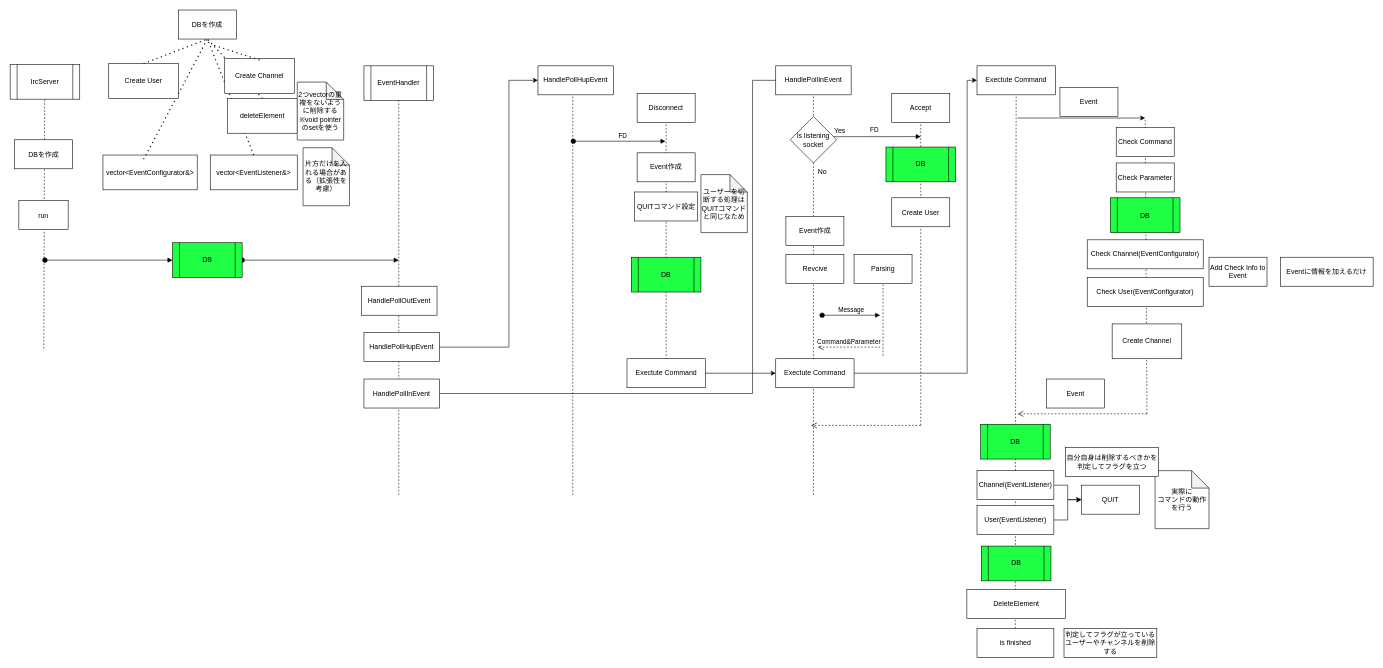
Above: docs/Untitled Diagram.drawio in IRC-WIR/ft_irc (draw.io), before the change. Source tidied: cells renumbered, new cells numbered last; positions are measured from the earlier drawing's top-left corner, leaving out a move shared by most shapes. Both pictures are drawn from the tidied source at 58%, with x=0, y=0 at pixel (10, 10).
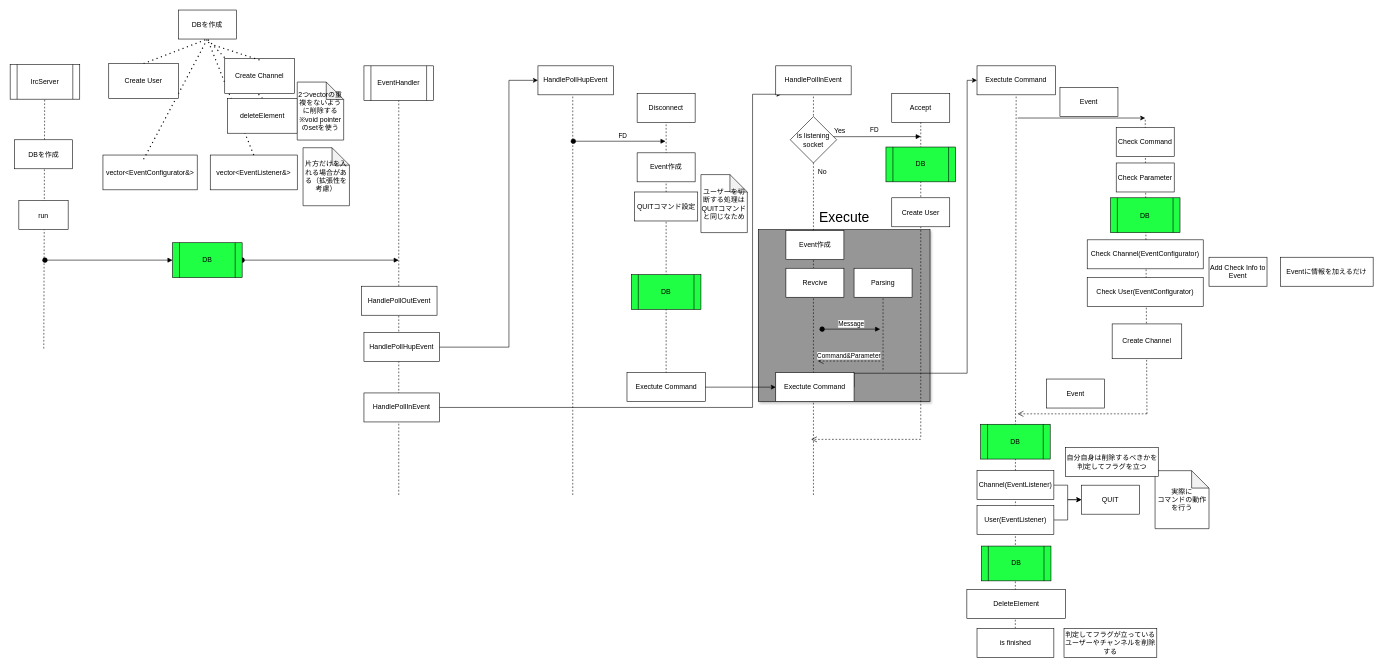
The same diagram, later.

The change refers to these unchanged cells:
```xml
<mxCell id="16" value="Accept" style="rounded=0;whiteSpace=wrap;html=1;" parent="1" vertex="1">
  <mxGeometry x="1520" y="143.5" width="100" height="50" as="geometry" />
</mxCell>
```

Diff of the diagram source:
```diff
@@
+    <mxCell id="87" value="&lt;div&gt;&lt;br&gt;&lt;/div&gt;" style="whiteSpace=wrap;html=1;shadow=1;fillColor=#969696;" parent="1" vertex="1">
+      <mxGeometry x="1290" y="378.5" width="296" height="296" as="geometry" />
+    </mxCell>
@@
     <mxCell id="8" style="edgeStyle=orthogonalEdgeStyle;rounded=0;jettySize=auto;html=1;exitX=1;exitY=0.5;exitDx=0;exitDy=0;entryX=0;entryY=0.5;entryDx=0;entryDy=0;" parent="1" edge="1" source="9">
       <mxGeometry relative="1" as="geometry">
-        <mxPoint x="1330" y="121" as="targetPoint" />
+        <mxPoint x="1330" y="145" as="targetPoint" />
         <Array as="points">
-          <mxPoint x="1280" y="661" />
-          <mxPoint x="1280" y="121" />
+          <mxPoint x="1280" y="685" />
+          <mxPoint x="1280" y="145" />
         </Array>
       </mxGeometry>
     </mxCell>
     <mxCell id="9" value="HandlePollInEvent" style="rounded=0;whiteSpace=wrap;html=1;" parent="1" vertex="1">
-      <mxGeometry x="610" y="636" width="130" height="50" as="geometry" />
+      <mxGeometry x="610" y="660" width="130" height="50" as="geometry" />
     </mxCell>
@@
     <mxCell id="15" value="Event作成" style="rounded=0;whiteSpace=wrap;html=1;" parent="1" vertex="1">
-      <mxGeometry x="1337.5" y="356" width="100" height="50" as="geometry" />
+      <mxGeometry x="1337.5" y="380" width="100" height="50" as="geometry" />
     </mxCell>
@@
     <mxCell id="17" value="Revcive" style="rounded=0;whiteSpace=wrap;html=1;" parent="1" vertex="1">
-      <mxGeometry x="1337.5" y="421" width="100" height="50" as="geometry" />
+      <mxGeometry x="1337.5" y="445" width="100" height="50" as="geometry" />
     </mxCell>
     <mxCell id="18" style="endArrow=none;dashed=1;html=1;rounded=0;entryX=0.5;entryY=1;entryDx=0;entryDy=0;" parent="1" edge="1" target="59">
       <mxGeometry relative="1" as="geometry">
-        <mxPoint x="1505" y="596" as="sourcePoint" />
+        <mxPoint x="1505" y="620" as="sourcePoint" />
       </mxGeometry>
     </mxCell>
     <mxCell id="19" value="Message" style="html=1;verticalAlign=bottom;startArrow=oval;startFill=1;endArrow=block;startSize=8;curved=0;rounded=0;" parent="1" edge="1">
       <mxGeometry relative="1" as="geometry">
-        <mxPoint x="1400" y="526" as="sourcePoint" />
-        <mxPoint x="1500" y="526" as="targetPoint" />
+        <mxPoint x="1400" y="550" as="sourcePoint" />
+        <mxPoint x="1500" y="550" as="targetPoint" />
       </mxGeometry>
     </mxCell>
     <mxCell id="20" value="Command&amp;amp;Parameter" style="html=1;verticalAlign=bottom;endArrow=open;dashed=1;endSize=8;curved=0;rounded=0;" parent="1" edge="1">
       <mxGeometry relative="1" as="geometry">
-        <mxPoint x="1500" y="581" as="sourcePoint" />
-        <mxPoint x="1392.5" y="581" as="targetPoint" />
+        <mxPoint x="1500" y="605" as="sourcePoint" />
+        <mxPoint x="1392.5" y="605" as="targetPoint" />
       </mxGeometry>
     </mxCell>
@@
     <mxCell id="22" value="Exectute Command" style="rounded=0;whiteSpace=wrap;html=1;" parent="1" vertex="1">
-      <mxGeometry x="1320" y="601" width="135" height="50" as="geometry" />
+      <mxGeometry x="1320" y="625" width="135" height="50" as="geometry" />
     </mxCell>
@@
     <mxCell id="25" style="endArrow=none;dashed=1;html=1;rounded=0;entryX=0.5;entryY=1;entryDx=0;entryDy=0;" parent="1" edge="1" target="16">
       <mxGeometry relative="1" as="geometry">
-        <mxPoint x="1570" y="716" as="sourcePoint" />
+        <mxPoint x="1570" y="736" as="sourcePoint" />
       </mxGeometry>
     </mxCell>
@@
     <mxCell id="27" style="html=1;verticalAlign=bottom;endArrow=open;dashed=1;endSize=8;curved=0;rounded=0;" parent="1" edge="1">
       <mxGeometry relative="1" as="geometry">
-        <mxPoint x="1570" y="716" as="sourcePoint" />
-        <mxPoint x="1381" y="716" as="targetPoint" />
+        <mxPoint x="1570" y="740" as="sourcePoint" />
+        <mxPoint x="1381" y="740" as="targetPoint" />
       </mxGeometry>
     </mxCell>
@@
     <mxCell id="59" value="Parsing" style="rounded=0;whiteSpace=wrap;html=1;" parent="1" vertex="1">
-      <mxGeometry x="1455" y="421" width="100" height="50" as="geometry" />
+      <mxGeometry x="1455" y="445" width="100" height="50" as="geometry" />
     </mxCell>
@@
     <mxCell id="65" value="DB" style="shape=process;whiteSpace=wrap;html=1;backgroundOutline=1;fillColor=#1FFF44;" parent="1" vertex="1">
-      <mxGeometry x="1071" y="426" width="120" height="60" as="geometry" />
+      <mxGeometry x="1071" y="456" width="120" height="60" as="geometry" />
     </mxCell>
     <mxCell id="66" value="Exectute Command" style="rounded=0;whiteSpace=wrap;html=1;" parent="1" vertex="1">
-      <mxGeometry x="1063.5" y="601" width="135" height="50" as="geometry" />
+      <mxGeometry x="1063.5" y="625" width="135" height="50" as="geometry" />
     </mxCell>
@@
+    <mxCell id="88" value="&lt;font style=&quot;font-size: 24px;&quot;&gt;Execute&lt;/font&gt;" style="text;html=1;align=center;verticalAlign=middle;strokeColor=none;fillColor=none;" parent="1" vertex="1">
+      <mxGeometry x="1383" y="337.2" width="110" height="40" as="geometry" />
+    </mxCell>
```
